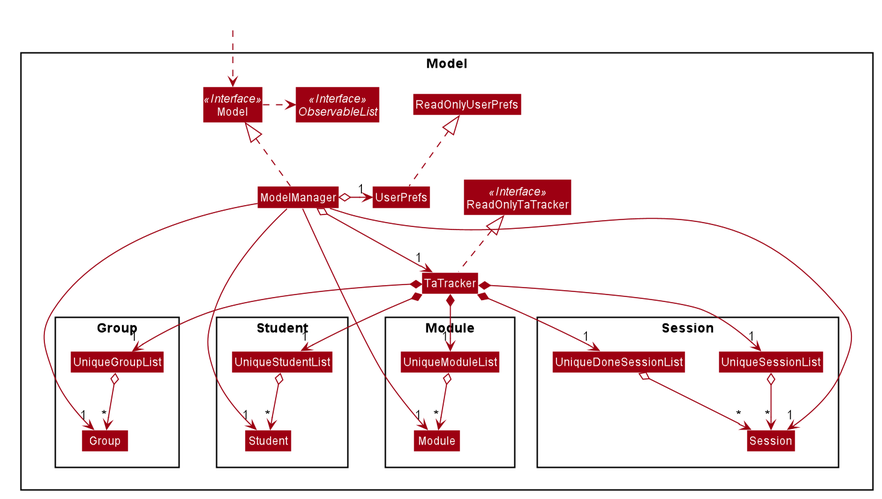
Before: docs/images/ModelClassDiagram.png, a diagram exported from PlantUML (nus-cs2103-AY1920S2/addressbook-level3).
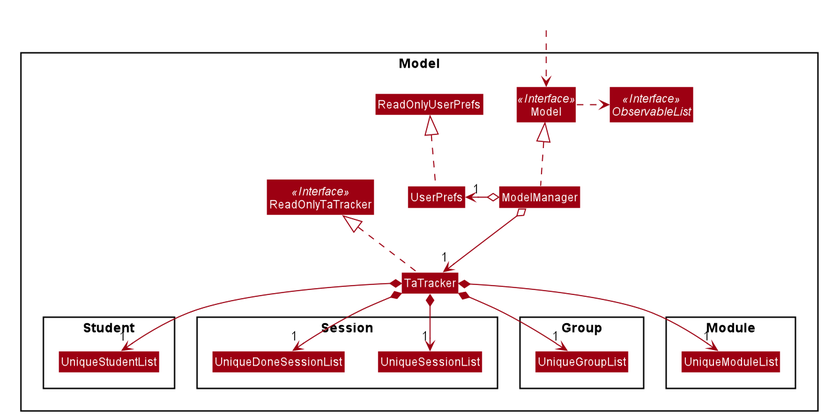
Later version of the same file.

The edit, as a diff of the source:
```diff
@@ -63,23 +63,19 @@
 Class ReadOnlyUserPrefs
 
 Package Student {
-Class Student
 Class UniqueStudentList
 }
 
 Package Session {
-Class Session
 Class UniqueSessionList
 Class UniqueDoneSessionList
 }
 
 Package Group {
-Class Group
 Class UniqueGroupList
 }
 
 Package Module {
-Class Module
 Class UniqueModuleList
 }
 
@@ -97,19 +93,9 @@
 UserPrefs .up.|> ReadOnlyUserPrefs
 
 TaTracker *--> "1" UniqueStudentList
-UniqueStudentList o--> "*" Student
 TaTracker *--> "1" UniqueModuleList
-UniqueModuleList o--> "*" Module
 TaTracker *--> "1" UniqueGroupList
-UniqueGroupList o--> "*" Group
 TaTracker *--> "1" UniqueSessionList
-UniqueSessionList o-down-> "*" Session
 TaTracker *--> "1" UniqueDoneSessionList
-UniqueDoneSessionList o-down-> "*" Session
-
-ModelManager -->"1" Student
-ModelManager -->"1" Module
-ModelManager -->"1" Group
-ModelManager -right->"1" Session
 
 @enduml
```
